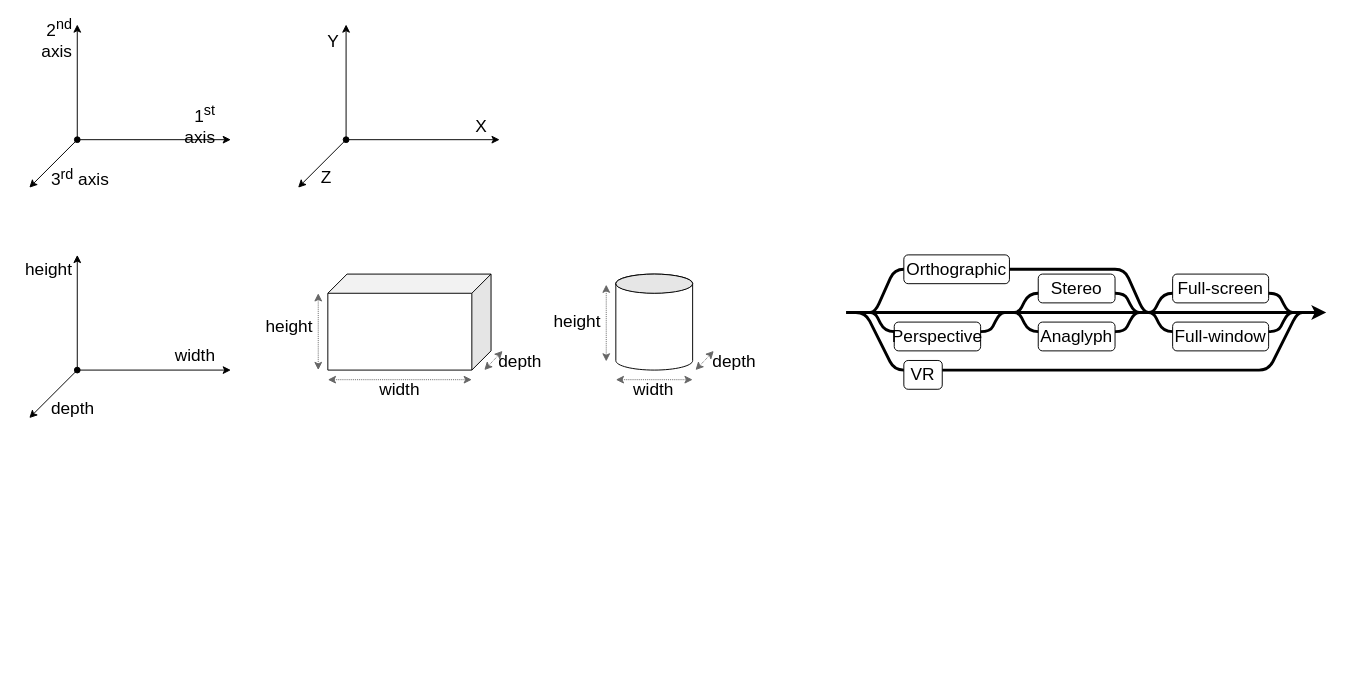
Above: docs/images/images.drawio in boytchev/suica (draw.io), before the change. Source tidied: cells renumbered, new cells numbered last; positions are measured from the earlier drawing's top-left corner, leaving out a move shared by most shapes. Both pictures are drawn from the tidied source at 96%, with x=0, y=0 at pixel (16, 24).
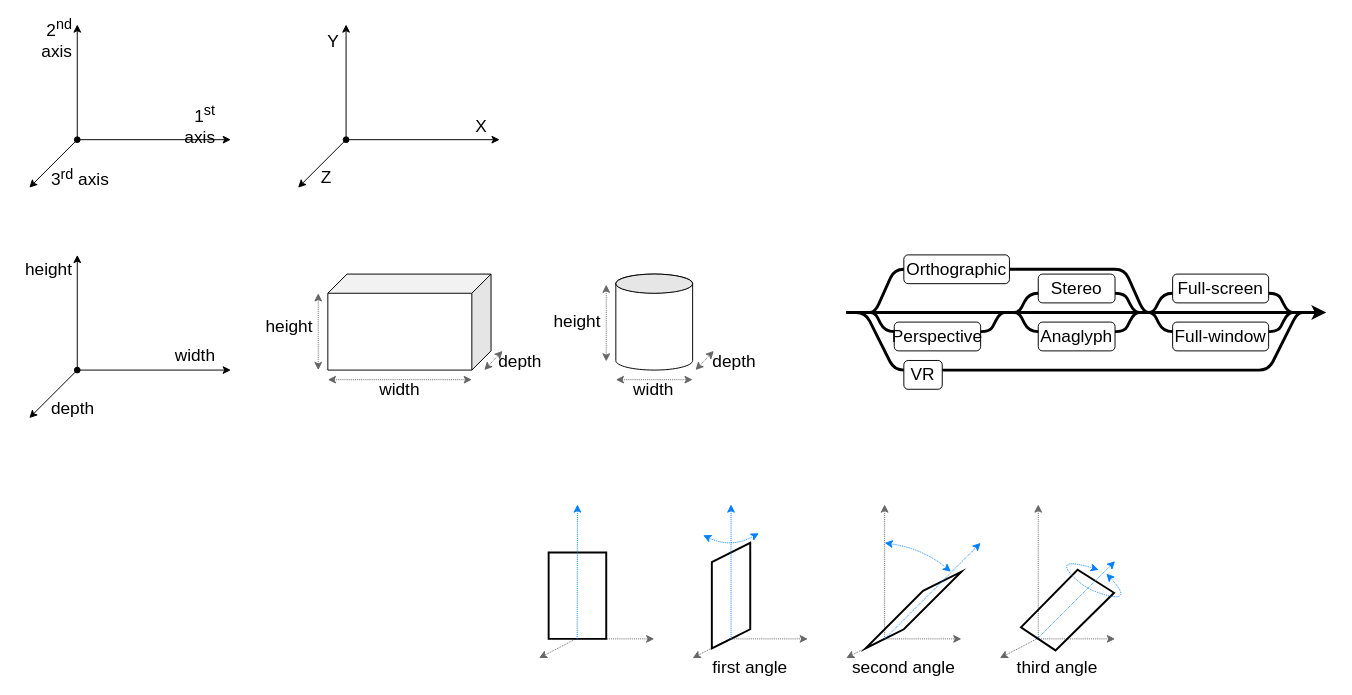
The same page after the edit.

Diff of the diagram source:
```diff
@@
+    <mxCell id="50" value="first angle" style="text;html=1;strokeColor=none;fillColor=none;align=center;verticalAlign=middle;whiteSpace=wrap;rounded=0;fontFamily=Calibri;fontSize=18;" parent="1" vertex="1">
+      <mxGeometry x="704" y="660" width="120" height="20" as="geometry" />
+    </mxCell>
+    <mxCell id="51" value="second angle" style="text;html=1;strokeColor=none;fillColor=none;align=center;verticalAlign=middle;whiteSpace=wrap;rounded=0;fontFamily=Calibri;fontSize=18;" parent="1" vertex="1">
+      <mxGeometry x="864" y="660" width="120" height="20" as="geometry" />
+    </mxCell>
+    <mxCell id="52" value="third angle" style="text;html=1;strokeColor=none;fillColor=none;align=center;verticalAlign=middle;whiteSpace=wrap;rounded=0;fontFamily=Calibri;fontSize=18;" parent="1" vertex="1">
+      <mxGeometry x="1024" y="660" width="120" height="20" as="geometry" />
+    </mxCell>
+    <mxCell id="53" style="endArrow=classic;startArrow=none;html=1;rounded=0;strokeColor=#666666;dashed=1;dashPattern=1 1;startFill=0;" parent="1" edge="1">
+      <mxGeometry relative="1" as="geometry">
+        <mxPoint x="583" y="640" as="sourcePoint" />
+        <mxPoint x="664" y="640" as="targetPoint" />
+      </mxGeometry>
+    </mxCell>
+    <mxCell id="54" style="endArrow=classic;startArrow=none;html=1;rounded=0;strokeColor=#666666;dashed=1;dashPattern=1 1;startFill=0;exitX=0.484;exitY=0.997;exitDx=0;exitDy=0;exitPerimeter=0;" parent="1" edge="1">
+      <mxGeometry relative="1" as="geometry">
+        <mxPoint x="583" y="639.7" as="sourcePoint" />
+        <mxPoint x="544" y="660" as="targetPoint" />
+      </mxGeometry>
+    </mxCell>
+    <mxCell id="55" style="endArrow=none;html=1;strokeColor=#000000;strokeWidth=2;rounded=0;" parent="1" edge="1">
+      <mxGeometry relative="1" as="geometry">
+        <mxPoint x="584" y="640" as="sourcePoint" />
+        <mxPoint x="584" y="640" as="targetPoint" />
+        <Array as="points">
+          <mxPoint x="554" y="640" />
+          <mxPoint x="554" y="550" />
+          <mxPoint x="614" y="550" />
+          <mxPoint x="614" y="640" />
+        </Array>
+      </mxGeometry>
+    </mxCell>
+    <mxCell id="56" style="endArrow=classic;startArrow=none;html=1;rounded=0;strokeColor=#666666;dashed=1;dashPattern=1 1;startFill=0;" parent="1" edge="1">
+      <mxGeometry relative="1" as="geometry">
+        <mxPoint x="743" y="640" as="sourcePoint" />
+        <mxPoint x="824" y="640" as="targetPoint" />
+      </mxGeometry>
+    </mxCell>
+    <mxCell id="57" style="endArrow=classic;startArrow=none;html=1;rounded=0;strokeColor=#666666;dashed=1;dashPattern=1 1;startFill=0;exitX=0.484;exitY=0.997;exitDx=0;exitDy=0;exitPerimeter=0;" parent="1" edge="1">
+      <mxGeometry relative="1" as="geometry">
+        <mxPoint x="743" y="639.7" as="sourcePoint" />
+        <mxPoint x="704" y="660" as="targetPoint" />
+      </mxGeometry>
+    </mxCell>
+    <mxCell id="58" style="endArrow=none;html=1;strokeColor=#000000;strokeWidth=2;rounded=0;" parent="1" edge="1">
+      <mxGeometry relative="1" as="geometry">
+        <mxPoint x="744" y="640" as="sourcePoint" />
+        <mxPoint x="744" y="640" as="targetPoint" />
+        <Array as="points">
+          <mxPoint x="724" y="650" />
+          <mxPoint x="724" y="560" />
+          <mxPoint x="764" y="540" />
+          <mxPoint x="764" y="630" />
+        </Array>
+      </mxGeometry>
+    </mxCell>
+    <mxCell id="59" style="endArrow=classic;startArrow=none;html=1;rounded=0;strokeColor=#666666;dashed=1;dashPattern=1 1;startFill=0;" parent="1" edge="1">
+      <mxGeometry relative="1" as="geometry">
+        <mxPoint x="904" y="640" as="sourcePoint" />
+        <mxPoint x="904" y="500" as="targetPoint" />
+      </mxGeometry>
+    </mxCell>
+    <mxCell id="60" style="endArrow=classic;startArrow=none;html=1;rounded=0;strokeColor=#666666;dashed=1;dashPattern=1 1;startFill=0;" parent="1" edge="1">
+      <mxGeometry relative="1" as="geometry">
+        <mxPoint x="903" y="640" as="sourcePoint" />
+        <mxPoint x="984" y="640" as="targetPoint" />
+      </mxGeometry>
+    </mxCell>
+    <mxCell id="61" style="endArrow=classic;startArrow=none;html=1;rounded=0;strokeColor=#666666;dashed=1;dashPattern=1 1;startFill=0;exitX=0.484;exitY=0.997;exitDx=0;exitDy=0;exitPerimeter=0;" parent="1" edge="1">
+      <mxGeometry relative="1" as="geometry">
+        <mxPoint x="903" y="639.7" as="sourcePoint" />
+        <mxPoint x="864" y="660" as="targetPoint" />
+      </mxGeometry>
+    </mxCell>
+    <mxCell id="62" style="endArrow=none;html=1;strokeColor=#000000;strokeWidth=2;rounded=0;" parent="1" edge="1">
+      <mxGeometry relative="1" as="geometry">
+        <mxPoint x="904" y="640" as="sourcePoint" />
+        <mxPoint x="904" y="640" as="targetPoint" />
+        <Array as="points">
+          <mxPoint x="884" y="650" />
+          <mxPoint x="944" y="590" />
+          <mxPoint x="984" y="570" />
+          <mxPoint x="924" y="630" />
+        </Array>
+      </mxGeometry>
+    </mxCell>
+    <mxCell id="63" style="endArrow=classic;startArrow=none;html=1;rounded=0;strokeColor=#666666;dashed=1;dashPattern=1 1;startFill=0;" parent="1" edge="1">
+      <mxGeometry relative="1" as="geometry">
+        <mxPoint x="1064" y="640" as="sourcePoint" />
+        <mxPoint x="1064" y="500" as="targetPoint" />
+      </mxGeometry>
+    </mxCell>
+    <mxCell id="64" style="endArrow=classic;startArrow=none;html=1;rounded=0;strokeColor=#666666;dashed=1;dashPattern=1 1;startFill=0;" parent="1" edge="1">
+      <mxGeometry relative="1" as="geometry">
+        <mxPoint x="1063" y="640" as="sourcePoint" />
+        <mxPoint x="1144" y="640" as="targetPoint" />
+      </mxGeometry>
+    </mxCell>
+    <mxCell id="65" style="endArrow=classic;startArrow=none;html=1;rounded=0;strokeColor=#666666;dashed=1;dashPattern=1 1;startFill=0;exitX=0.484;exitY=0.997;exitDx=0;exitDy=0;exitPerimeter=0;" parent="1" edge="1">
+      <mxGeometry relative="1" as="geometry">
+        <mxPoint x="1063" y="639.7" as="sourcePoint" />
+        <mxPoint x="1024" y="660" as="targetPoint" />
+      </mxGeometry>
+    </mxCell>
+    <mxCell id="66" style="endArrow=none;html=1;strokeColor=#000000;strokeWidth=2;rounded=0;" parent="1" edge="1">
+      <mxGeometry relative="1" as="geometry">
+        <mxPoint x="1064" y="640" as="sourcePoint" />
+        <mxPoint x="1064" y="640" as="targetPoint" />
+        <Array as="points">
+          <mxPoint x="1046" y="628" />
+          <mxPoint x="1105" y="568" />
+          <mxPoint x="1143" y="592" />
+          <mxPoint x="1082" y="652" />
+        </Array>
+      </mxGeometry>
+    </mxCell>
+    <mxCell id="67" style="endArrow=classic;startArrow=none;html=1;rounded=0;strokeColor=#007FFF;dashed=1;dashPattern=1 1;startFill=0;" parent="1" edge="1">
+      <mxGeometry relative="1" as="geometry">
+        <mxPoint x="583.7" y="640" as="sourcePoint" />
+        <mxPoint x="584" y="500" as="targetPoint" />
+      </mxGeometry>
+    </mxCell>
+    <mxCell id="68" style="endArrow=classic;startArrow=none;html=1;rounded=0;strokeColor=#007FFF;dashed=1;dashPattern=1 1;startFill=0;" parent="1" edge="1">
+      <mxGeometry relative="1" as="geometry">
+        <mxPoint x="744" y="640" as="sourcePoint" />
+        <mxPoint x="744" y="500" as="targetPoint" />
+      </mxGeometry>
+    </mxCell>
+    <mxCell id="69" style="endArrow=classic;startArrow=none;html=1;rounded=0;strokeColor=#007FFF;dashed=1;dashPattern=1 1;startFill=0;" parent="1" edge="1">
+      <mxGeometry relative="1" as="geometry">
+        <mxPoint x="904" y="640" as="sourcePoint" />
+        <mxPoint x="1004" y="540" as="targetPoint" />
+      </mxGeometry>
+    </mxCell>
+    <mxCell id="70" style="endArrow=classic;startArrow=none;html=1;rounded=0;strokeColor=#007FFF;dashed=1;dashPattern=1 1;startFill=0;" parent="1" edge="1">
+      <mxGeometry relative="1" as="geometry">
+        <mxPoint x="1064" y="639" as="sourcePoint" />
+        <mxPoint x="1144" y="559" as="targetPoint" />
+      </mxGeometry>
+    </mxCell>
+    <mxCell id="71" style="curved=1;endArrow=classic;html=1;strokeColor=#007FFF;strokeWidth=1;startArrow=classic;startFill=1;dashed=1;dashPattern=1 1;" parent="1" edge="1">
+      <mxGeometry relative="1" as="geometry">
+        <mxPoint x="904" y="540" as="sourcePoint" />
+        <mxPoint x="973" y="570" as="targetPoint" />
+        <Array as="points">
+          <mxPoint x="944" y="546" />
+        </Array>
+      </mxGeometry>
+    </mxCell>
+    <mxCell id="72" style="curved=1;endArrow=classic;html=1;strokeColor=#007FFF;strokeWidth=1;startArrow=classic;startFill=1;dashed=1;dashPattern=1 1;" parent="1" edge="1">
+      <mxGeometry relative="1" as="geometry">
+        <mxPoint x="715" y="532" as="sourcePoint" />
+        <mxPoint x="773" y="530" as="targetPoint" />
+        <Array as="points">
+          <mxPoint x="744" y="546" />
+        </Array>
+      </mxGeometry>
+    </mxCell>
+    <mxCell id="73" style="curved=1;endArrow=classic;html=1;strokeColor=#007FFF;strokeWidth=1;startArrow=classic;startFill=1;dashed=1;dashPattern=1 1;" parent="1" edge="1">
+      <mxGeometry relative="1" as="geometry">
+        <mxPoint x="1135" y="572" as="sourcePoint" />
+        <mxPoint x="1127" y="568" as="targetPoint" />
+        <Array as="points">
+          <mxPoint x="1162" y="601" />
+          <mxPoint x="1112" y="589" />
+          <mxPoint x="1083" y="555" />
+        </Array>
+      </mxGeometry>
+    </mxCell>
```
